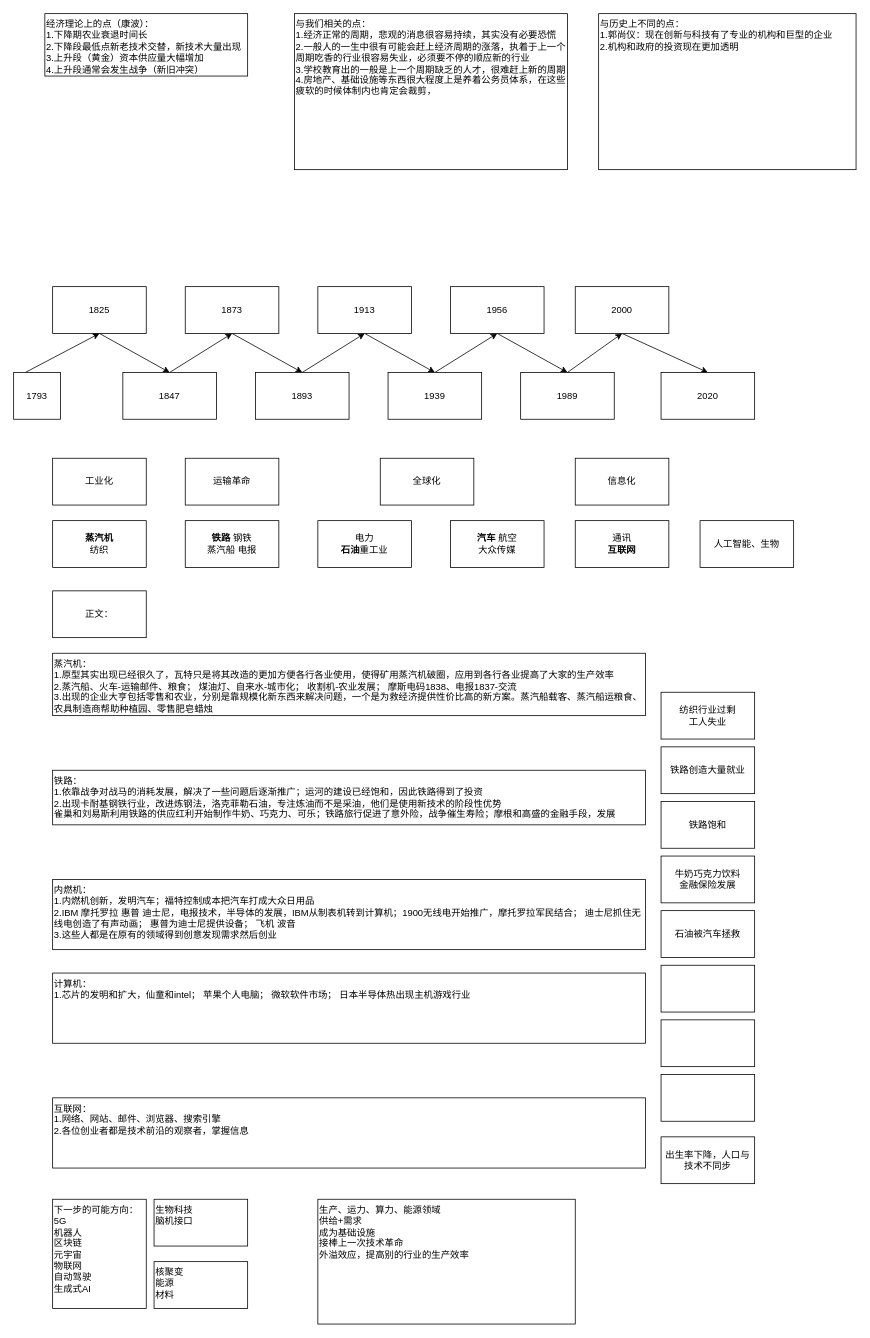
The draw.io diagram 经济周期.drawio in CaptainCCCP/Draw-io-cloud, before the edit. Source tidied: cells renumbered, new cells numbered last; positions are measured from the earlier drawing's top-left corner, leaving out a move shared by most shapes. Both pictures are drawn from the tidied source at 78%, with x=0, y=0 at pixel (13, 13).
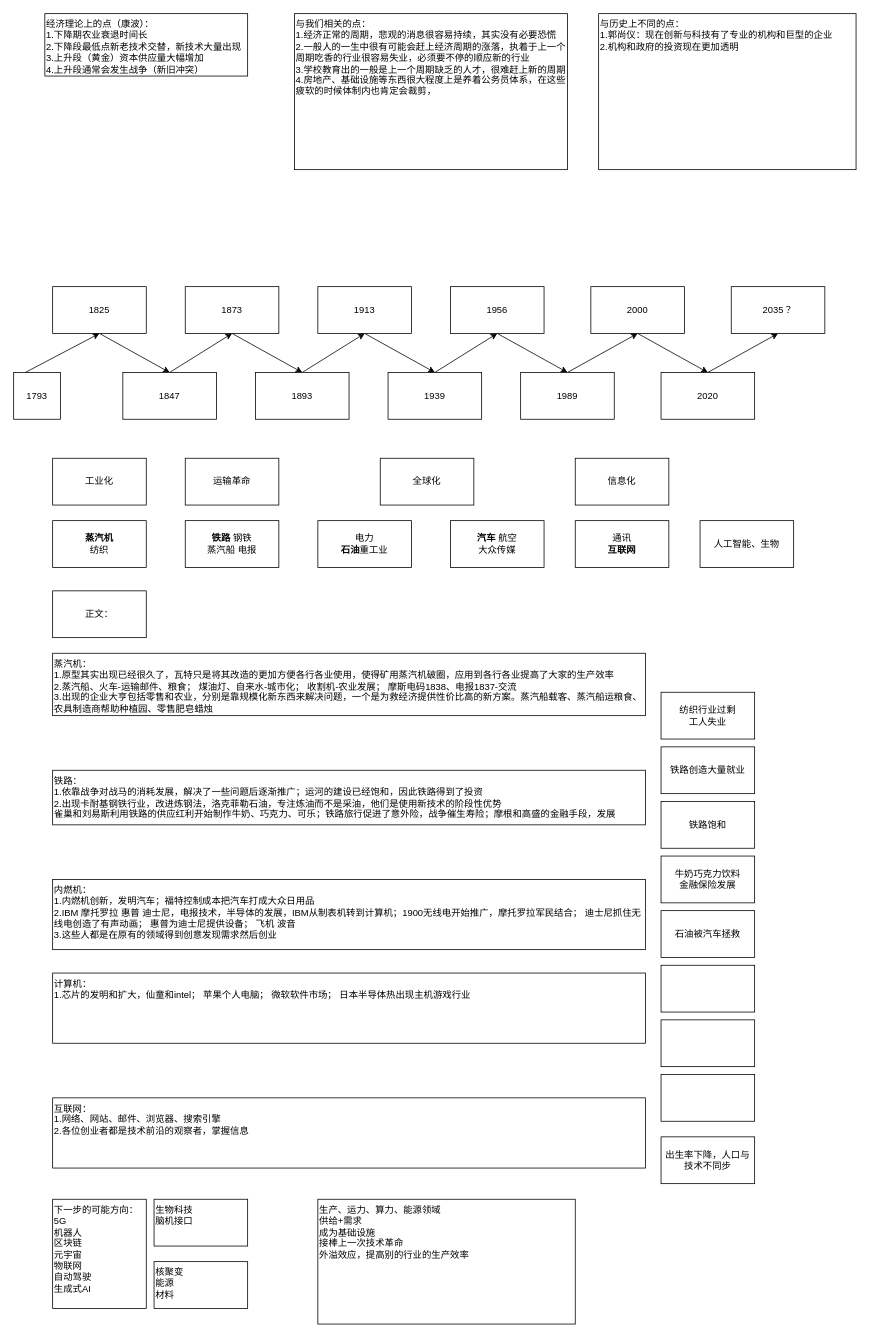
The same page after the edit.

Commit message:
更新经济周期.drawio

Unchanged cells that the change refers to:
```xml
<mxCell id="29" value="2020" style="whiteSpace=wrap;html=1;" parent="1" vertex="1">
  <mxGeometry x="830" y="460" width="120" height="60" as="geometry" />
</mxCell>
```

The edit, as a diff of the source:
```diff
@@
     <mxCell id="19" value="2000" style="whiteSpace=wrap;html=1;" parent="1" vertex="1">
-      <mxGeometry x="720" y="350" width="120" height="60" as="geometry" />
+      <mxGeometry x="740" y="350" width="120" height="60" as="geometry" />
     </mxCell>
@@
+    <mxCell id="55" style="rounded=0;jettySize=auto;html=1;exitX=0.5;exitY=0;exitDx=0;exitDy=0;entryX=0.5;entryY=1;entryDx=0;entryDy=0;" parent="1" edge="1" source="29" target="56">
+      <mxGeometry relative="1" as="geometry" />
+    </mxCell>
@@
+    <mxCell id="56" value="2035？" style="whiteSpace=wrap;html=1;" parent="1" vertex="1">
+      <mxGeometry x="920" y="350" width="120" height="60" as="geometry" />
+    </mxCell>
```
